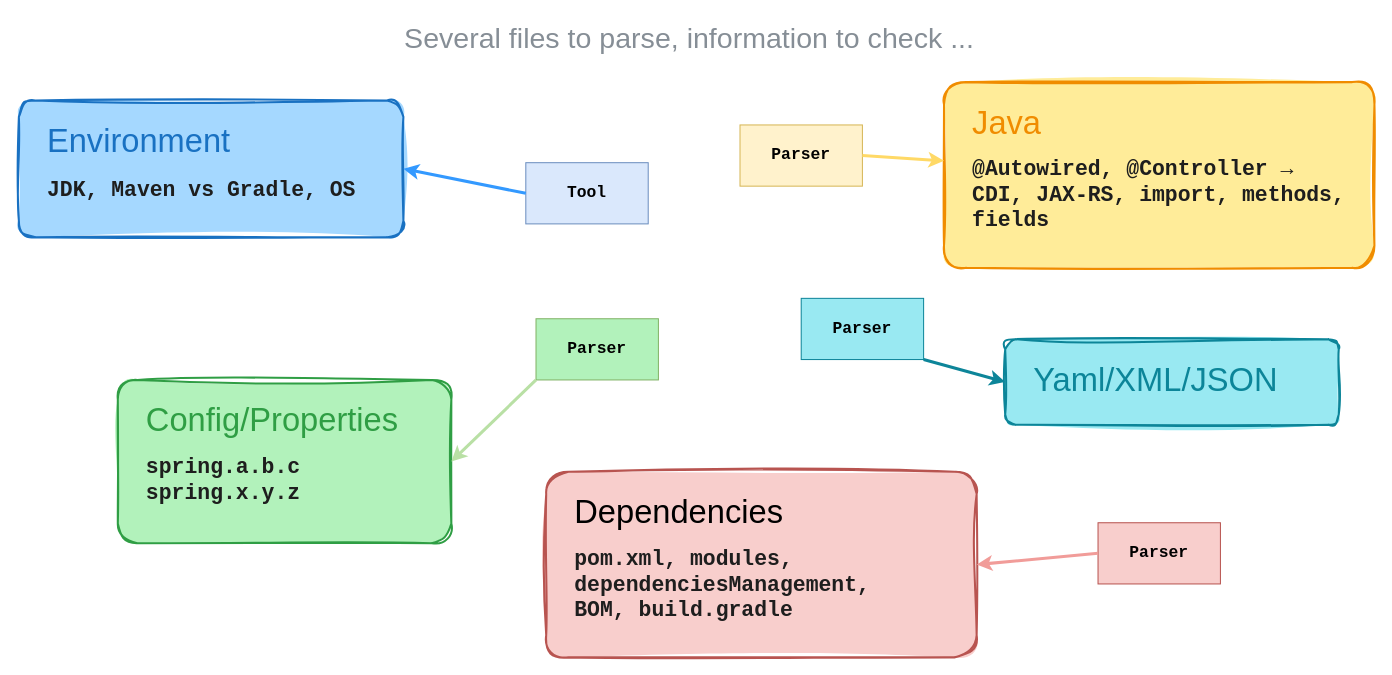
snowdrop/quarkus-insights-269 keeps this draw.io diagram as page "slide-03-code-analyser" (2 of 12) of slides/diagrams/quarkit-ai.drawio. Above is the earlier version. Source tidied: cells renumbered, new cells numbered last; positions are measured from the earlier drawing's top-left corner, leaving out a move shared by most shapes. Both pictures are drawn from the tidied source at 102%, with x=0, y=0 at pixel (18, 17).
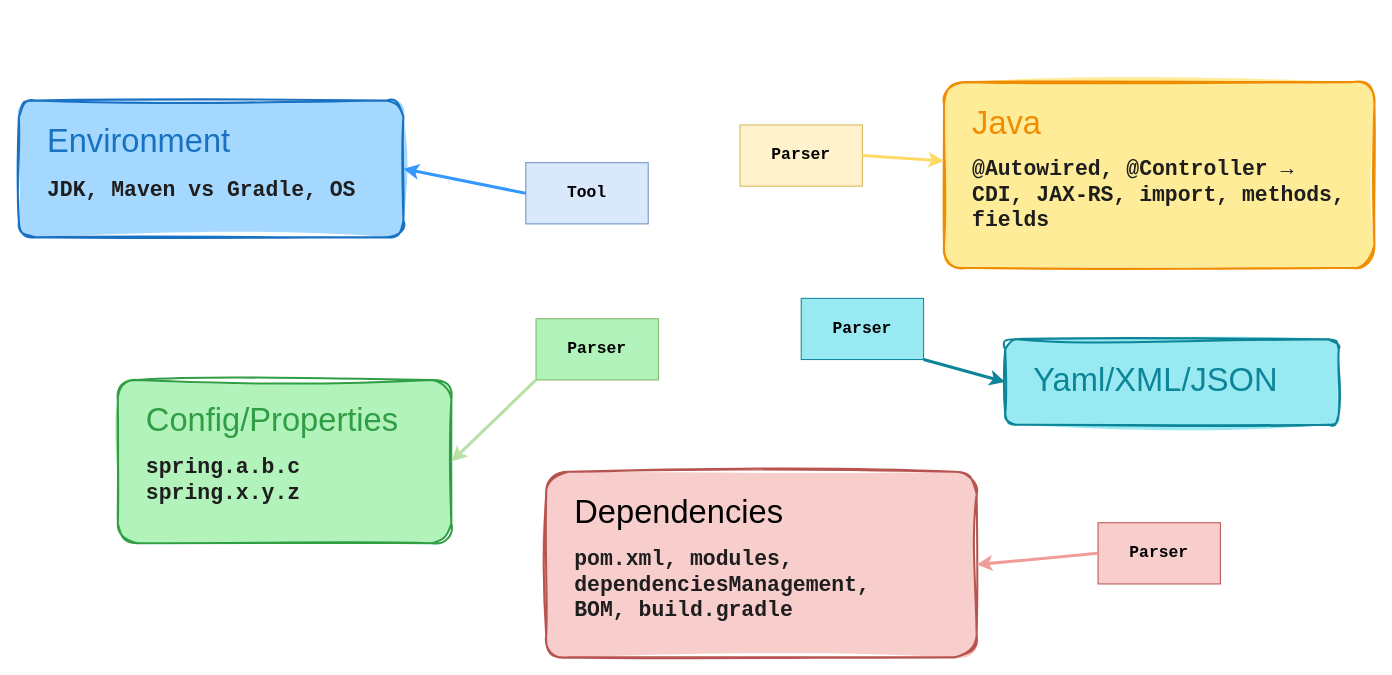
After the change.

Diff of the diagram source:
```diff
@@
 <mxGraphModel background="#FFFFFF">
   <root>
     <mxCell id="0" />
     <mxCell id="1" parent="0" />
-    <mxCell id="2" value="&lt;font style=&quot;font-size: 28px;&quot;&gt;Several files to parse, information to check ...&lt;/font&gt;" style="text;html=1;align=center;verticalAlign=middle;fontSize=24;fontColor=#868E96;fontFamily=Helvetica;" parent="1" vertex="1">
-      <mxGeometry x="357" width="600" height="40" as="geometry" />
-    </mxCell>
     <mxCell id="3" value="&lt;span style=&quot;font-size:32px;&quot;&gt;Environment&lt;/span&gt;&lt;br&gt;&lt;br&gt;&lt;span style=&quot;font-size: 21px; color: rgb(30, 30, 30);&quot;&gt;&lt;font face=&quot;Courier New, Monospace&quot;&gt;&lt;b&gt;JDK, Maven vs Gradle, OS&lt;/b&gt;&lt;/font&gt;&lt;/span&gt;" style="sketch=1;curveFitting=1;jiggle=2;rounded=1;arcSize=12;whiteSpace=wrap;html=1;align=left;verticalAlign=top;spacingLeft=26;spacingRight=18;spacingTop=14;strokeWidth=2;fillStyle=solid;fillColor=#A5D8FF;strokeColor=#1971C2;fontColor=#1971C2;fontFamily=Helvetica;" parent="1" vertex="1">
       <mxGeometry y="81" width="377" height="134" as="geometry" />
     </mxCell>
     <mxCell id="4" value="&lt;span style=&quot;font-size:32px;&quot;&gt;Config/Properties&lt;/span&gt;&lt;br&gt;&lt;br&gt;&lt;span style=&quot;font-size: 21px; color: rgb(30, 30, 30); font-family: &amp;quot;Courier New&amp;quot;, monospace; font-weight: bold;&quot;&gt;spring.a.b.c&lt;/span&gt;&lt;div&gt;&lt;span style=&quot;font-size: 21px; color: rgb(30, 30, 30); font-family: &amp;quot;Courier New&amp;quot;, monospace; font-weight: bold;&quot;&gt;spring.x.y.z&lt;/span&gt;&lt;/div&gt;" style="sketch=1;curveFitting=1;jiggle=2;rounded=1;arcSize=12;whiteSpace=wrap;html=1;align=left;verticalAlign=top;spacingLeft=26;spacingRight=18;spacingTop=14;strokeWidth=2;fillStyle=solid;fillColor=#B2F2BB;strokeColor=#2F9E44;fontColor=#2F9E44;fontFamily=Helvetica;" parent="1" vertex="1">
       <mxGeometry x="97" y="355" width="327" height="160" as="geometry" />
     </mxCell>
     <mxCell id="5" value="&lt;span style=&quot;font-size:32px;&quot;&gt;Java&lt;/span&gt;&lt;br&gt;&lt;br&gt;&lt;span style=&quot;font-size: 21px; color: rgb(30, 30, 30); font-family: &amp;quot;Courier New&amp;quot;, monospace; font-weight: bold;&quot;&gt;@Autowired, @Controller →&lt;br&gt;CDI, JAX-RS, import, methods, fields&lt;/span&gt;" style="sketch=1;curveFitting=1;jiggle=2;rounded=1;arcSize=12;whiteSpace=wrap;html=1;align=left;verticalAlign=top;spacingLeft=26;spacingRight=18;spacingTop=14;strokeWidth=2;fillStyle=solid;fillColor=#FFEC99;strokeColor=#F08C00;fontColor=#F08C00;fontFamily=Helvetica;" parent="1" vertex="1">
       <mxGeometry x="907" y="63" width="422" height="182" as="geometry" />
     </mxCell>
     <mxCell id="6" value="&lt;span style=&quot;font-size:32px;&quot;&gt;Yaml/XML/JSON&lt;/span&gt;&lt;br&gt;&lt;div&gt;&lt;br/&gt;&lt;/div&gt;" style="sketch=1;curveFitting=1;jiggle=2;rounded=1;arcSize=12;whiteSpace=wrap;html=1;align=left;verticalAlign=top;spacingLeft=26;spacingRight=18;spacingTop=14;strokeWidth=2;fillStyle=solid;fillColor=#99E9F2;strokeColor=#0C8599;fontColor=#0C8599;fontFamily=Helvetica;" parent="1" vertex="1">
       <mxGeometry x="967" y="315" width="327" height="84" as="geometry" />
     </mxCell>
     <mxCell id="7" value="&lt;span style=&quot;font-size: 32px;&quot;&gt;Dependencies&lt;/span&gt;&lt;br&gt;&lt;br&gt;&lt;font color=&quot;#1e1e1e&quot; face=&quot;Courier New, monospace&quot;&gt;&lt;span style=&quot;font-size: 21px;&quot;&gt;&lt;b&gt;pom.xml, modules, dependenciesManagement, BOM,&amp;nbsp;&lt;/b&gt;&lt;/span&gt;&lt;/font&gt;&lt;b style=&quot;color: rgb(30, 30, 30); font-family: &amp;quot;Courier New&amp;quot;, monospace; font-size: 21px;&quot;&gt;build.gradle&lt;/b&gt;" style="sketch=1;curveFitting=1;jiggle=2;rounded=1;arcSize=12;whiteSpace=wrap;html=1;align=left;verticalAlign=top;spacingLeft=26;spacingRight=18;spacingTop=14;strokeWidth=2;fillStyle=solid;fillColor=#f8cecc;strokeColor=#b85450;fontFamily=Helvetica;" parent="1" vertex="1">
       <mxGeometry x="517" y="445" width="422" height="182" as="geometry" />
     </mxCell>
     <mxCell id="8" value="&lt;font style=&quot;font-size: 16px;&quot; face=&quot;Courier New&quot;&gt;&lt;b&gt;Parser&lt;/b&gt;&lt;/font&gt;" style="rounded=0;whiteSpace=wrap;html=1;fillColor=#f8cecc;strokeColor=#b85450;" parent="1" vertex="1">
       <mxGeometry x="1058" y="495" width="120" height="60" as="geometry" />
     </mxCell>
     <mxCell id="9" value="&lt;font style=&quot;font-size: 16px;&quot; face=&quot;Courier New&quot;&gt;&lt;b&gt;Parser&lt;/b&gt;&lt;/font&gt;" style="rounded=0;whiteSpace=wrap;html=1;fillColor=#fff2cc;strokeColor=#d6b656;" parent="1" vertex="1">
       <mxGeometry x="707" y="105" width="120" height="60" as="geometry" />
     </mxCell>
     <mxCell id="10" value="&lt;font style=&quot;font-size: 16px;&quot; face=&quot;Courier New&quot;&gt;&lt;b&gt;Parser&lt;/b&gt;&lt;/font&gt;" style="rounded=0;whiteSpace=wrap;html=1;fillColor=light-dark(#b2f2bb, #1f2f1e);strokeColor=#82b366;" parent="1" vertex="1">
       <mxGeometry x="507" y="295" width="120" height="60" as="geometry" />
     </mxCell>
     <mxCell id="11" style="endArrow=classic;html=1;rounded=0;defaultLabelBackgroundColor=page;entryX=1;entryY=0.5;entryDx=0;entryDy=0;strokeWidth=3;strokeColor=#B9E0A5;exitX=0;exitY=1;exitDx=0;exitDy=0;" parent="1" edge="1" source="10" target="4">
       <mxGeometry relative="1" as="geometry" />
     </mxCell>
     <mxCell id="12" style="endArrow=classic;html=1;rounded=0;defaultLabelBackgroundColor=page;exitX=1;exitY=0.5;exitDx=0;exitDy=0;strokeWidth=3;strokeColor=#FFD966;fillColor=#fff2cc;" parent="1" edge="1" source="9" target="5">
       <mxGeometry relative="1" as="geometry" />
     </mxCell>
     <mxCell id="13" style="endArrow=classic;html=1;rounded=0;defaultLabelBackgroundColor=page;entryX=1;entryY=0.5;entryDx=0;entryDy=0;exitX=0;exitY=0.5;exitDx=0;exitDy=0;strokeColor=#F19C99;strokeWidth=3;" parent="1" edge="1" source="8" target="7">
       <mxGeometry relative="1" as="geometry" />
     </mxCell>
     <mxCell id="14" value="&lt;font style=&quot;font-size: 16px;&quot; face=&quot;Courier New&quot;&gt;&lt;b&gt;Tool&lt;/b&gt;&lt;/font&gt;" style="rounded=0;whiteSpace=wrap;html=1;fillColor=#dae8fc;strokeColor=#6c8ebf;" parent="1" vertex="1">
       <mxGeometry x="497" y="142" width="120" height="60" as="geometry" />
     </mxCell>
     <mxCell id="15" style="endArrow=classic;html=1;rounded=0;defaultLabelBackgroundColor=page;exitX=0;exitY=0.5;exitDx=0;exitDy=0;entryX=1;entryY=0.5;entryDx=0;entryDy=0;strokeWidth=3;strokeColor=#3399FF;" parent="1" edge="1" source="14" target="3">
       <mxGeometry relative="1" as="geometry" />
     </mxCell>
     <mxCell id="16" value="&lt;font style=&quot;font-size: 16px;&quot; face=&quot;Courier New&quot;&gt;&lt;b&gt;Parser&lt;/b&gt;&lt;/font&gt;" style="rounded=0;whiteSpace=wrap;html=1;fillColor=light-dark(#99e9f2, #004a4a);strokeColor=light-dark(#0d8599, #446e2c);" parent="1" vertex="1">
       <mxGeometry x="767" y="275" width="120" height="60" as="geometry" />
     </mxCell>
     <mxCell id="17" style="endArrow=classic;html=1;rounded=0;defaultLabelBackgroundColor=page;entryX=0;entryY=0.5;entryDx=0;entryDy=0;strokeWidth=3;strokeColor=light-dark(#0d8599, #214210);exitX=1;exitY=1;exitDx=0;exitDy=0;" parent="1" edge="1" source="16" target="6">
       <mxGeometry relative="1" as="geometry" />
     </mxCell>
   </root>
 </mxGraphModel>
```
